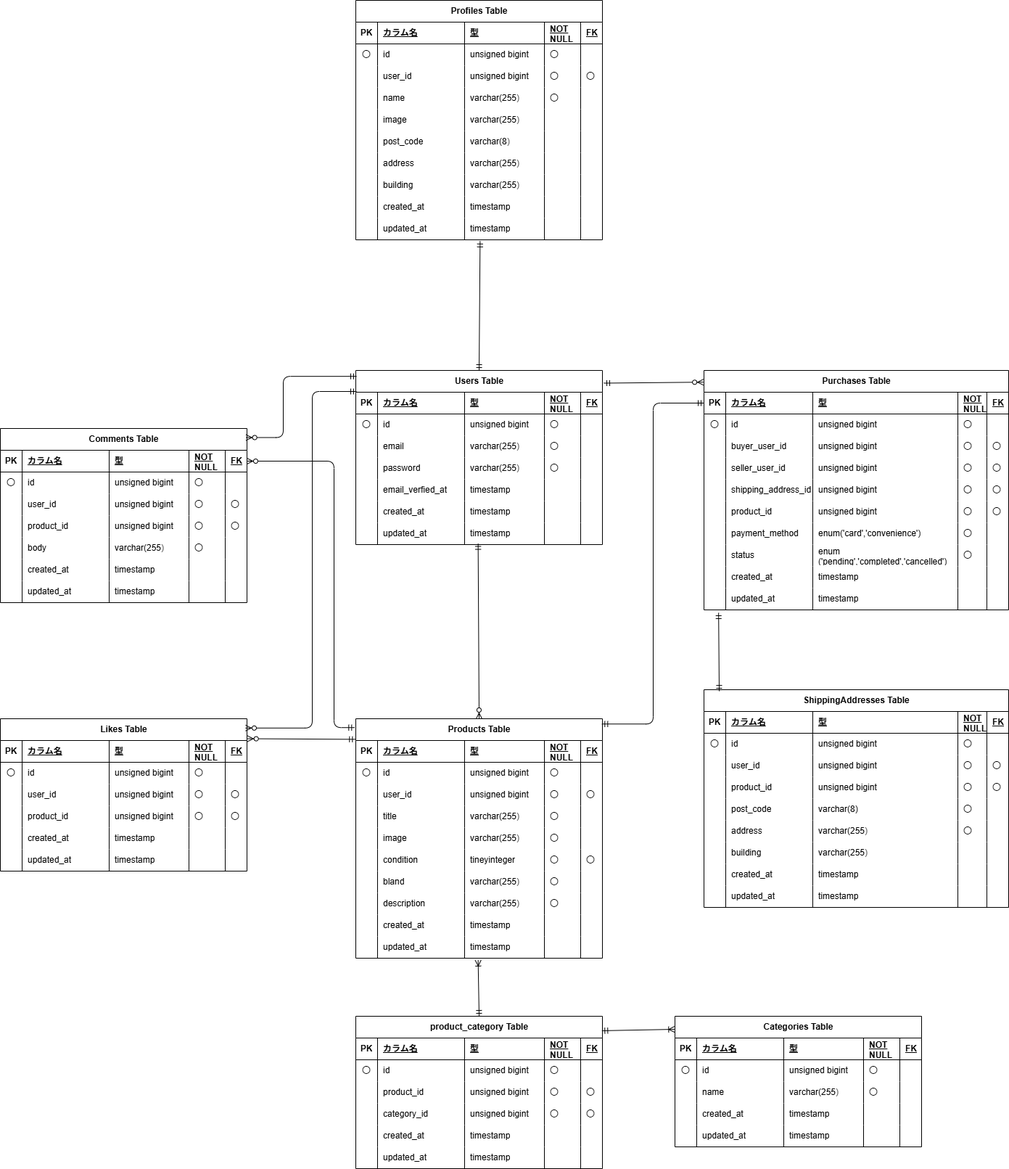
This is mock-case1.png from ErikoKikuchi/mock-case1, a draw.io export, as it was before one commit. Source tidied: cells renumbered, new cells last; positions are measured from the earlier drawing's top-left corner, leaving out a move shared by most shapes.
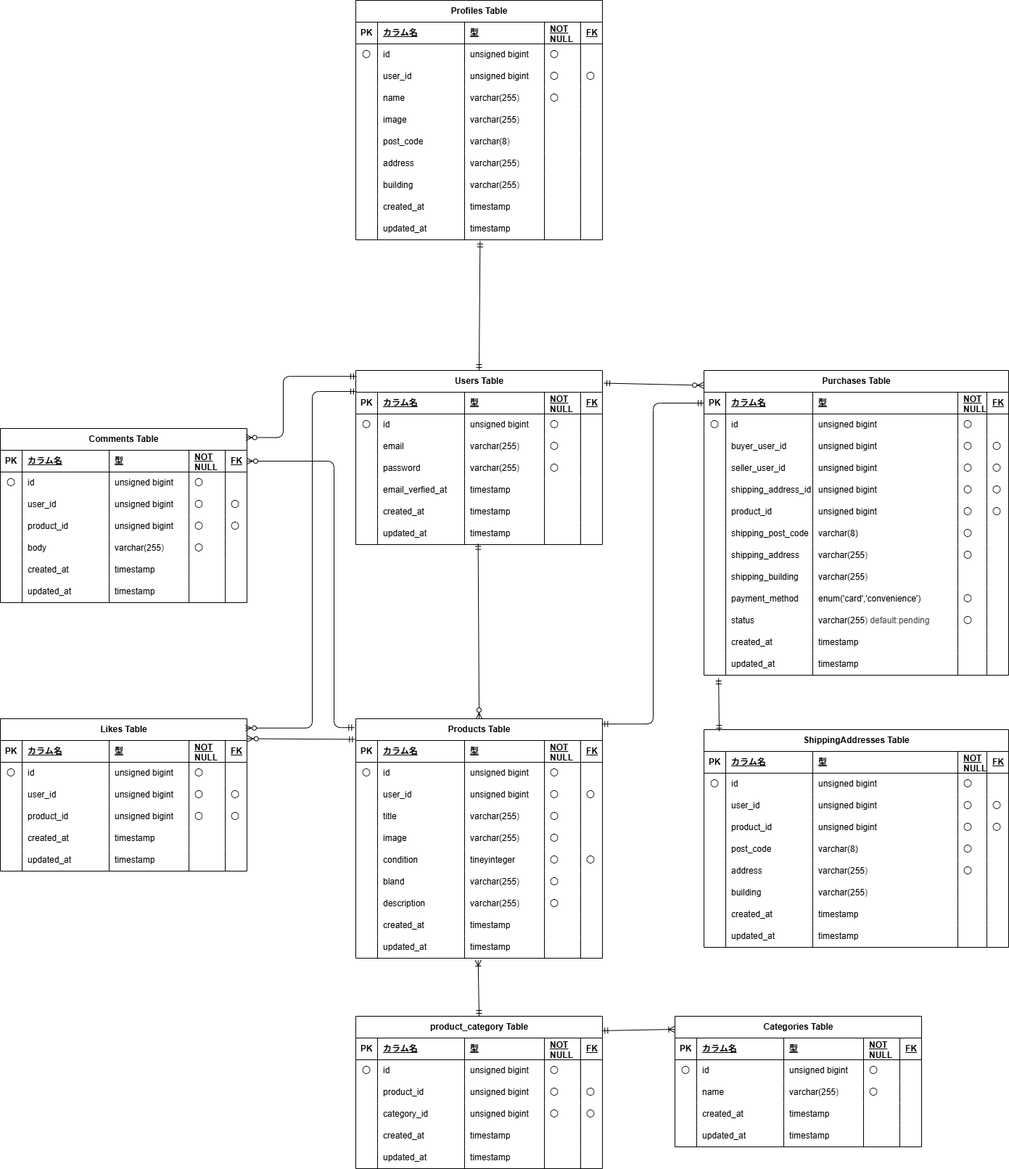
The same diagram one commit later.

Change to the diagram source:
```diff
@@ -465,7 +465,7 @@
       <mxGeometry x="310" width="30" height="30" as="geometry" />
     </mxCell>
     <mxCell id="156" value="Purchases Table" style="shape=table;startSize=30;rowLines=0;fontStyle=1;align=center;html=1;" parent="1" vertex="1">
-      <mxGeometry x="970" y="510" width="420" height="330" as="geometry" />
+      <mxGeometry x="970" y="510" width="420" height="420" as="geometry" />
     </mxCell>
     <mxCell id="157" style="shape=tableRow;horizontal=0;startSize=0;swimlaneHead=0;swimlaneBody=0;fillColor=none;points=[[0,0.5],[1,0.5]];portConstraint=eastwest;top=0;left=0;right=0;bottom=1;" parent="156" vertex="1">
       <mxGeometry y="30" width="420" height="30" as="geometry" />
@@ -575,8 +575,62 @@
     <mxCell id="192" value="&lt;span style=&quot;color: rgb(0, 0, 0);&quot;&gt;〇&lt;/span&gt;" style="shape=partialRectangle;fillColor=none;top=0;left=0;bottom=0;right=0;align=left;spacingLeft=6;overflow=hidden;whiteSpace=wrap;html=1;" parent="187" vertex="1">
       <mxGeometry x="390" width="30" height="30" as="geometry" />
     </mxCell>
+    <mxCell id="442" style="shape=tableRow;horizontal=0;startSize=0;swimlaneHead=0;swimlaneBody=0;fillColor=none;top=0;left=0;right=0;bottom=0;" parent="156" vertex="1">
+      <mxGeometry y="210" width="420" height="30" as="geometry" />
+    </mxCell>
+    <mxCell id="443" style="shape=partialRectangle;fillColor=none;top=0;left=0;bottom=0;right=0;overflow=hidden;whiteSpace=wrap;html=1;" parent="442" vertex="1">
+      <mxGeometry width="30" height="30" as="geometry" />
+    </mxCell>
+    <mxCell id="444" value="shipping_post_code" style="shape=partialRectangle;fillColor=none;top=0;left=0;bottom=0;right=0;align=left;spacingLeft=6;overflow=hidden;whiteSpace=wrap;html=1;" parent="442" vertex="1">
+      <mxGeometry x="30" width="120" height="30" as="geometry" />
+    </mxCell>
+    <mxCell id="445" value="&lt;span style=&quot;color: rgb(0, 0, 0);&quot;&gt;varchar(8)&lt;/span&gt;" style="shape=partialRectangle;fillColor=none;top=0;left=0;bottom=0;right=0;align=left;spacingLeft=6;overflow=hidden;whiteSpace=wrap;html=1;" parent="442" vertex="1">
+      <mxGeometry x="150" width="200" height="30" as="geometry" />
+    </mxCell>
+    <mxCell id="446" value="&lt;span style=&quot;color: rgb(0, 0, 0);&quot;&gt;〇&lt;/span&gt;" style="shape=partialRectangle;fillColor=none;top=0;left=0;bottom=0;right=0;align=left;spacingLeft=6;overflow=hidden;whiteSpace=wrap;html=1;" parent="442" vertex="1">
+      <mxGeometry x="350" width="40" height="30" as="geometry" />
+    </mxCell>
+    <mxCell id="447" style="shape=partialRectangle;fillColor=none;top=0;left=0;bottom=0;right=0;align=left;spacingLeft=6;overflow=hidden;whiteSpace=wrap;html=1;" parent="442" vertex="1">
+      <mxGeometry x="390" width="30" height="30" as="geometry" />
+    </mxCell>
+    <mxCell id="448" style="shape=tableRow;horizontal=0;startSize=0;swimlaneHead=0;swimlaneBody=0;fillColor=none;top=0;left=0;right=0;bottom=0;" parent="156" vertex="1">
+      <mxGeometry y="240" width="420" height="30" as="geometry" />
+    </mxCell>
+    <mxCell id="449" style="shape=partialRectangle;fillColor=none;top=0;left=0;bottom=0;right=0;overflow=hidden;whiteSpace=wrap;html=1;" parent="448" vertex="1">
+      <mxGeometry width="30" height="30" as="geometry" />
+    </mxCell>
+    <mxCell id="450" value="shipping_address" style="shape=partialRectangle;fillColor=none;top=0;left=0;bottom=0;right=0;align=left;spacingLeft=6;overflow=hidden;whiteSpace=wrap;html=1;" parent="448" vertex="1">
+      <mxGeometry x="30" width="120" height="30" as="geometry" />
+    </mxCell>
+    <mxCell id="451" value="&lt;span style=&quot;scrollbar-color: rgb(226, 226, 226) rgb(251, 251, 251); color: rgb(0, 0, 0);&quot;&gt;varchar(255&lt;/span&gt;&lt;span style=&quot;scrollbar-color: rgb(226, 226, 226) rgb(251, 251, 251); background-color: transparent; color: rgb(63, 63, 63);&quot;&gt;)&lt;/span&gt;" style="shape=partialRectangle;fillColor=none;top=0;left=0;bottom=0;right=0;align=left;spacingLeft=6;overflow=hidden;whiteSpace=wrap;html=1;" parent="448" vertex="1">
+      <mxGeometry x="150" width="200" height="30" as="geometry" />
+    </mxCell>
+    <mxCell id="452" value="&lt;span style=&quot;color: rgb(0, 0, 0);&quot;&gt;〇&lt;/span&gt;" style="shape=partialRectangle;fillColor=none;top=0;left=0;bottom=0;right=0;align=left;spacingLeft=6;overflow=hidden;whiteSpace=wrap;html=1;" parent="448" vertex="1">
+      <mxGeometry x="350" width="40" height="30" as="geometry" />
+    </mxCell>
+    <mxCell id="453" style="shape=partialRectangle;fillColor=none;top=0;left=0;bottom=0;right=0;align=left;spacingLeft=6;overflow=hidden;whiteSpace=wrap;html=1;" parent="448" vertex="1">
+      <mxGeometry x="390" width="30" height="30" as="geometry" />
+    </mxCell>
+    <mxCell id="454" style="shape=tableRow;horizontal=0;startSize=0;swimlaneHead=0;swimlaneBody=0;fillColor=none;top=0;left=0;right=0;bottom=0;" parent="156" vertex="1">
+      <mxGeometry y="270" width="420" height="30" as="geometry" />
+    </mxCell>
+    <mxCell id="455" style="shape=partialRectangle;fillColor=none;top=0;left=0;bottom=0;right=0;overflow=hidden;whiteSpace=wrap;html=1;" parent="454" vertex="1">
+      <mxGeometry width="30" height="30" as="geometry" />
+    </mxCell>
+    <mxCell id="456" value="shipping_building" style="shape=partialRectangle;fillColor=none;top=0;left=0;bottom=0;right=0;align=left;spacingLeft=6;overflow=hidden;whiteSpace=wrap;html=1;" parent="454" vertex="1">
+      <mxGeometry x="30" width="120" height="30" as="geometry" />
+    </mxCell>
+    <mxCell id="457" value="&lt;span style=&quot;scrollbar-color: rgb(226, 226, 226) rgb(251, 251, 251); color: rgb(0, 0, 0);&quot;&gt;varchar(255&lt;/span&gt;&lt;span style=&quot;scrollbar-color: rgb(226, 226, 226) rgb(251, 251, 251); background-color: transparent; color: rgb(63, 63, 63);&quot;&gt;)&lt;/span&gt;" style="shape=partialRectangle;fillColor=none;top=0;left=0;bottom=0;right=0;align=left;spacingLeft=6;overflow=hidden;whiteSpace=wrap;html=1;" parent="454" vertex="1">
+      <mxGeometry x="150" width="200" height="30" as="geometry" />
+    </mxCell>
+    <mxCell id="458" style="shape=partialRectangle;fillColor=none;top=0;left=0;bottom=0;right=0;align=left;spacingLeft=6;overflow=hidden;whiteSpace=wrap;html=1;" parent="454" vertex="1">
+      <mxGeometry x="350" width="40" height="30" as="geometry" />
+    </mxCell>
+    <mxCell id="459" style="shape=partialRectangle;fillColor=none;top=0;left=0;bottom=0;right=0;align=left;spacingLeft=6;overflow=hidden;whiteSpace=wrap;html=1;" parent="454" vertex="1">
+      <mxGeometry x="390" width="30" height="30" as="geometry" />
+    </mxCell>
     <mxCell id="193" style="shape=tableRow;horizontal=0;startSize=0;swimlaneHead=0;swimlaneBody=0;fillColor=none;top=0;left=0;right=0;bottom=0;" parent="156" vertex="1">
-      <mxGeometry y="210" width="420" height="30" as="geometry" />
+      <mxGeometry y="300" width="420" height="30" as="geometry" />
     </mxCell>
     <mxCell id="194" style="shape=partialRectangle;fillColor=none;top=0;left=0;bottom=0;right=0;overflow=hidden;whiteSpace=wrap;html=1;" parent="193" vertex="1">
       <mxGeometry width="30" height="30" as="geometry" />
@@ -594,7 +648,7 @@
       <mxGeometry x="390" width="30" height="30" as="geometry" />
     </mxCell>
     <mxCell id="199" style="shape=tableRow;horizontal=0;startSize=0;swimlaneHead=0;swimlaneBody=0;fillColor=none;top=0;left=0;right=0;bottom=0;" parent="156" vertex="1">
-      <mxGeometry y="240" width="420" height="30" as="geometry" />
+      <mxGeometry y="330" width="420" height="30" as="geometry" />
     </mxCell>
     <mxCell id="200" style="shape=partialRectangle;fillColor=none;top=0;left=0;bottom=0;right=0;overflow=hidden;whiteSpace=wrap;html=1;" parent="199" vertex="1">
       <mxGeometry width="30" height="30" as="geometry" />
@@ -602,7 +656,7 @@
     <mxCell id="201" value="status" style="shape=partialRectangle;fillColor=none;top=0;left=0;bottom=0;right=0;align=left;spacingLeft=6;overflow=hidden;whiteSpace=wrap;html=1;" parent="199" vertex="1">
       <mxGeometry x="30" width="120" height="30" as="geometry" />
     </mxCell>
-    <mxCell id="202" value="enum&lt;div&gt;('pending','completed','cancelled')&lt;/div&gt;" style="shape=partialRectangle;fillColor=none;top=0;left=0;bottom=0;right=0;align=left;spacingLeft=6;overflow=hidden;whiteSpace=wrap;html=1;" parent="199" vertex="1">
+    <mxCell id="202" value="&lt;span style=&quot;scrollbar-color: rgb(226, 226, 226) rgb(251, 251, 251); color: rgb(0, 0, 0);&quot;&gt;varchar(255&lt;/span&gt;&lt;span style=&quot;scrollbar-color: rgb(226, 226, 226) rgb(251, 251, 251); background-color: transparent; color: rgb(63, 63, 63);&quot;&gt;) default:pending&lt;/span&gt;" style="shape=partialRectangle;fillColor=none;top=0;left=0;bottom=0;right=0;align=left;spacingLeft=6;overflow=hidden;whiteSpace=wrap;html=1;" parent="199" vertex="1">
       <mxGeometry x="150" width="200" height="30" as="geometry" />
     </mxCell>
     <mxCell id="203" value="&lt;span style=&quot;color: rgb(0, 0, 0);&quot;&gt;〇&lt;/span&gt;" style="shape=partialRectangle;fillColor=none;top=0;left=0;bottom=0;right=0;align=left;spacingLeft=6;overflow=hidden;whiteSpace=wrap;html=1;" parent="199" vertex="1">
@@ -612,7 +666,7 @@
       <mxGeometry x="390" width="30" height="30" as="geometry" />
     </mxCell>
     <mxCell id="205" style="shape=tableRow;horizontal=0;startSize=0;swimlaneHead=0;swimlaneBody=0;fillColor=none;top=0;left=0;right=0;bottom=0;" parent="156" vertex="1">
-      <mxGeometry y="270" width="420" height="30" as="geometry" />
+      <mxGeometry y="360" width="420" height="30" as="geometry" />
     </mxCell>
     <mxCell id="206" style="shape=partialRectangle;fillColor=none;top=0;left=0;bottom=0;right=0;overflow=hidden;whiteSpace=wrap;html=1;" parent="205" vertex="1">
       <mxGeometry width="30" height="30" as="geometry" />
@@ -630,7 +684,7 @@
       <mxGeometry x="390" width="30" height="30" as="geometry" />
     </mxCell>
     <mxCell id="211" style="shape=tableRow;horizontal=0;startSize=0;swimlaneHead=0;swimlaneBody=0;fillColor=none;points=[[0,0.5],[1,0.5]];portConstraint=eastwest;top=0;left=0;right=0;bottom=0;" parent="156" vertex="1">
-      <mxGeometry y="300" width="420" height="30" as="geometry" />
+      <mxGeometry y="390" width="420" height="30" as="geometry" />
     </mxCell>
     <mxCell id="212" style="shape=partialRectangle;fillColor=none;top=0;left=0;bottom=0;right=0;overflow=hidden;whiteSpace=wrap;html=1;" parent="211" vertex="1">
       <mxGeometry width="30" height="30" as="geometry" />
@@ -1167,7 +1221,7 @@
       <mxGeometry relative="1" as="geometry" />
     </mxCell>
     <mxCell id="386" value="ShippingAddresses Table" style="shape=table;startSize=30;rowLines=0;fontStyle=1;align=center;html=1;" parent="1" vertex="1">
-      <mxGeometry x="970" y="950" width="420" height="300" as="geometry" />
+      <mxGeometry x="970" y="1005" width="420" height="300" as="geometry" />
     </mxCell>
     <mxCell id="387" style="shape=tableRow;horizontal=0;startSize=0;swimlaneHead=0;swimlaneBody=0;fillColor=none;top=0;left=0;right=0;bottom=1;" parent="386" vertex="1">
       <mxGeometry y="30" width="420" height="30" as="geometry" />
```
